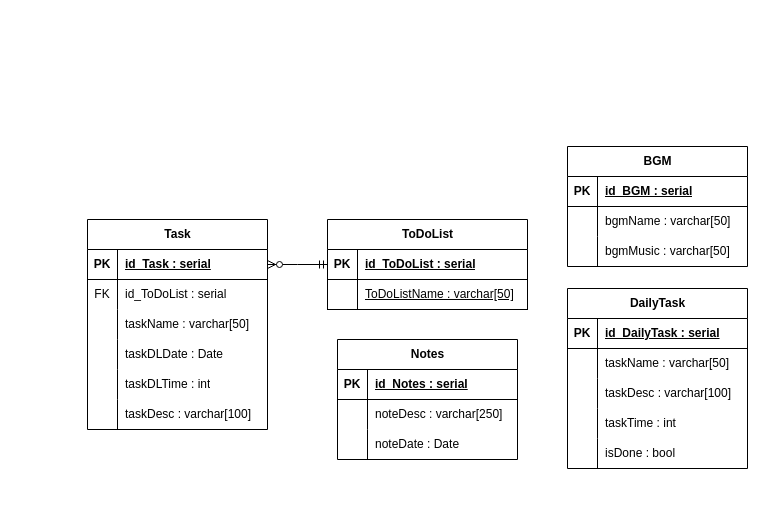
Above: page "Page-10" (10 of 11) of Molitio.drawio in jearsevan101/Molitio (draw.io), before the change. Source tidied: cells renumbered, new cells numbered last; positions are measured from the earlier drawing's top-left corner, leaving out a move shared by most shapes. Both pictures are drawn from the tidied source at 100%, with x=0, y=0 at pixel (87, 146).
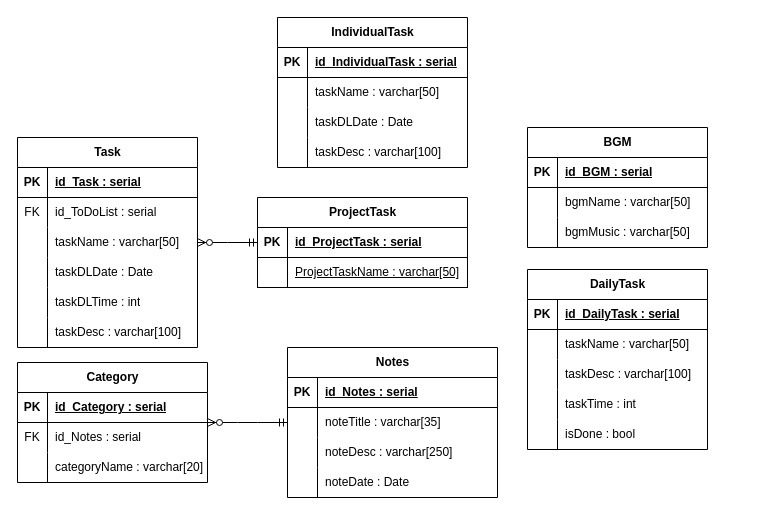
Above is the later version.

The change refers to these unchanged cells:
```xml
<mxCell id="30" style="shape=tableRow;horizontal=0;startSize=0;swimlaneHead=0;swimlaneBody=0;fillColor=none;points=[[0,0.5],[1,0.5]];portConstraint=eastwest;top=0;left=0;right=0;bottom=1;" parent="29" vertex="1">
  <mxGeometry y="30" width="180" height="30" as="geometry" />
</mxCell>
```

The edit, as a diff of the source:
```diff
@@
     <mxCell id="2" value="BGM" style="shape=table;startSize=30;childLayout=tableLayout;rowLines=0;fontStyle=1;align=center;html=1;" parent="1" vertex="1">
-      <mxGeometry x="480" width="180" height="120" as="geometry" />
+      <mxGeometry x="440" y="-19" width="180" height="120" as="geometry" />
     </mxCell>
@@
     <mxCell id="12" value="Notes" style="shape=table;startSize=30;childLayout=tableLayout;rowLines=0;fontStyle=1;align=center;html=1;" parent="1" vertex="1">
-      <mxGeometry x="250" y="193" width="180" height="120" as="geometry" />
+      <mxGeometry x="200" y="201" width="210" height="150" as="geometry" />
     </mxCell>
     <mxCell id="13" style="shape=tableRow;horizontal=0;startSize=0;swimlaneHead=0;swimlaneBody=0;fillColor=none;top=0;left=0;right=0;bottom=1;" parent="12" vertex="1">
-      <mxGeometry y="30" width="180" height="30" as="geometry" />
+      <mxGeometry y="30" width="210" height="30" as="geometry" />
     </mxCell>
@@
     <mxCell id="15" value="id_Notes : serial" style="shape=partialRectangle;fillColor=none;top=0;left=0;bottom=0;right=0;align=left;spacingLeft=6;fontStyle=5;overflow=hidden;whiteSpace=wrap;html=1;" parent="13" vertex="1">
-      <mxGeometry x="30" width="150" height="30" as="geometry" />
+      <mxGeometry x="30" width="180" height="30" as="geometry" />
     </mxCell>
-    <mxCell id="16" style="shape=tableRow;horizontal=0;startSize=0;swimlaneHead=0;swimlaneBody=0;fillColor=none;top=0;left=0;right=0;bottom=0;" parent="12" vertex="1">
-      <mxGeometry y="60" width="180" height="30" as="geometry" />
-    </mxCell>
-    <mxCell id="17" style="shape=partialRectangle;fillColor=none;top=0;left=0;bottom=0;right=0;overflow=hidden;whiteSpace=wrap;html=1;" parent="16" vertex="1">
-      <mxGeometry width="30" height="30" as="geometry" />
-    </mxCell>
+    <mxCell id="65" style="shape=tableRow;horizontal=0;startSize=0;swimlaneHead=0;swimlaneBody=0;fillColor=none;top=0;left=0;right=0;bottom=0;" parent="12" vertex="1">
+      <mxGeometry y="60" width="210" height="30" as="geometry" />
+    </mxCell>
+    <mxCell id="66" style="shape=partialRectangle;fillColor=none;top=0;left=0;bottom=0;right=0;overflow=hidden;whiteSpace=wrap;html=1;" parent="65" vertex="1">
+      <mxGeometry width="30" height="30" as="geometry" />
+    </mxCell>
+    <mxCell id="67" value="noteTitle : varchar[35]" style="shape=partialRectangle;fillColor=none;top=0;left=0;bottom=0;right=0;align=left;spacingLeft=6;overflow=hidden;whiteSpace=wrap;html=1;" parent="65" vertex="1">
+      <mxGeometry x="30" width="180" height="30" as="geometry" />
+    </mxCell>
+    <mxCell id="68" style="shape=tableRow;horizontal=0;startSize=0;swimlaneHead=0;swimlaneBody=0;fillColor=none;top=0;left=0;right=0;bottom=0;" parent="12" vertex="1">
+      <mxGeometry y="90" width="210" height="30" as="geometry" />
+    </mxCell>
+    <mxCell id="69" style="shape=partialRectangle;fillColor=none;top=0;left=0;bottom=0;right=0;overflow=hidden;whiteSpace=wrap;html=1;" parent="68" vertex="1">
+      <mxGeometry width="30" height="30" as="geometry" />
+    </mxCell>
-    <mxCell id="18" value="noteDesc : varchar[250]" style="shape=partialRectangle;fillColor=none;top=0;left=0;bottom=0;right=0;align=left;spacingLeft=6;overflow=hidden;whiteSpace=wrap;html=1;" parent="16" vertex="1">
-      <mxGeometry x="30" width="150" height="30" as="geometry" />
+    <mxCell id="18" value="noteDesc : varchar[250]" style="shape=partialRectangle;fillColor=none;top=0;left=0;bottom=0;right=0;align=left;spacingLeft=6;overflow=hidden;whiteSpace=wrap;html=1;" parent="68" vertex="1">
+      <mxGeometry x="30" width="180" height="30" as="geometry" />
     </mxCell>
     <mxCell id="19" style="shape=tableRow;horizontal=0;startSize=0;swimlaneHead=0;swimlaneBody=0;fillColor=none;top=0;left=0;right=0;bottom=0;" parent="12" vertex="1">
-      <mxGeometry y="90" width="180" height="30" as="geometry" />
+      <mxGeometry y="120" width="210" height="30" as="geometry" />
     </mxCell>
@@
     <mxCell id="21" value="noteDate : Date" style="shape=partialRectangle;fillColor=none;top=0;left=0;bottom=0;right=0;align=left;spacingLeft=6;overflow=hidden;whiteSpace=wrap;html=1;" parent="19" vertex="1">
-      <mxGeometry x="30" width="150" height="30" as="geometry" />
+      <mxGeometry x="30" width="180" height="30" as="geometry" />
     </mxCell>
-    <mxCell id="22" value="ToDoList" style="shape=table;startSize=30;childLayout=tableLayout;rowLines=0;fontStyle=1;align=center;html=1;" parent="1" vertex="1">
-      <mxGeometry x="240" y="73" width="200" height="90" as="geometry" />
+    <mxCell id="22" value="ProjectTask" style="shape=table;startSize=30;childLayout=tableLayout;rowLines=0;fontStyle=1;align=center;html=1;" parent="1" vertex="1">
+      <mxGeometry x="170" y="51" width="210" height="90" as="geometry" />
     </mxCell>
     <mxCell id="23" style="shape=tableRow;horizontal=0;startSize=0;swimlaneHead=0;swimlaneBody=0;fillColor=none;points=[[0,0.5],[1,0.5]];portConstraint=eastwest;top=0;left=0;right=0;bottom=1;" parent="22" vertex="1">
-      <mxGeometry y="30" width="200" height="30" as="geometry" />
+      <mxGeometry y="30" width="210" height="30" as="geometry" />
     </mxCell>
@@
-    <mxCell id="25" value="id_ToDoList : serial" style="shape=partialRectangle;fillColor=none;top=0;left=0;bottom=0;right=0;align=left;spacingLeft=6;fontStyle=5;overflow=hidden;whiteSpace=wrap;html=1;" parent="23" vertex="1">
-      <mxGeometry x="30" width="170" height="30" as="geometry" />
+    <mxCell id="25" value="id_ProjectTask : serial" style="shape=partialRectangle;fillColor=none;top=0;left=0;bottom=0;right=0;align=left;spacingLeft=6;fontStyle=5;overflow=hidden;whiteSpace=wrap;html=1;" parent="23" vertex="1">
+      <mxGeometry x="30" width="180" height="30" as="geometry" />
     </mxCell>
     <mxCell id="26" style="shape=tableRow;horizontal=0;startSize=0;swimlaneHead=0;swimlaneBody=0;fillColor=none;top=0;left=0;right=0;bottom=1;" parent="22" vertex="1">
-      <mxGeometry y="60" width="200" height="30" as="geometry" />
+      <mxGeometry y="60" width="210" height="30" as="geometry" />
     </mxCell>
@@
-    <mxCell id="28" value="&lt;span style=&quot;font-weight: normal;&quot;&gt;ToDoListName : varchar[50]&lt;/span&gt;" style="shape=partialRectangle;fillColor=none;top=0;left=0;bottom=0;right=0;align=left;spacingLeft=6;fontStyle=5;overflow=hidden;whiteSpace=wrap;html=1;" parent="26" vertex="1">
-      <mxGeometry x="30" width="170" height="30" as="geometry" />
+    <mxCell id="28" value="&lt;span style=&quot;font-weight: normal;&quot;&gt;ProjectTaskName : varchar[50]&lt;/span&gt;" style="shape=partialRectangle;fillColor=none;top=0;left=0;bottom=0;right=0;align=left;spacingLeft=6;fontStyle=5;overflow=hidden;whiteSpace=wrap;html=1;" parent="26" vertex="1">
+      <mxGeometry x="30" width="180" height="30" as="geometry" />
     </mxCell>
     <mxCell id="29" value="Task" style="shape=table;startSize=30;childLayout=tableLayout;rowLines=0;fontStyle=1;align=center;html=1;" parent="1" vertex="1">
-      <mxGeometry y="73" width="180" height="210" as="geometry" />
+      <mxGeometry x="-70" y="-9" width="180" height="210" as="geometry" />
     </mxCell>
@@
     <mxCell id="48" value="DailyTask" style="shape=table;startSize=30;childLayout=tableLayout;rowLines=0;fontStyle=1;align=center;html=1;" parent="1" vertex="1">
-      <mxGeometry x="480" y="142" width="180" height="180" as="geometry" />
+      <mxGeometry x="440" y="123" width="180" height="180" as="geometry" />
     </mxCell>
@@
-    <mxCell id="64" style="edgeStyle=entityRelationEdgeStyle;fontSize=12;html=1;endArrow=ERzeroToMany;startArrow=ERmandOne;rounded=0;" parent="1" edge="1" source="23" target="30">
+    <mxCell id="64" style="edgeStyle=entityRelationEdgeStyle;fontSize=12;html=1;endArrow=ERzeroToMany;startArrow=ERmandOne;rounded=0;" parent="1" edge="1" source="23" target="29">
       <mxGeometry relative="1" as="geometry" />
     </mxCell>
+    <mxCell id="70" value="IndividualTask" style="shape=table;startSize=30;childLayout=tableLayout;rowLines=0;fontStyle=1;align=center;html=1;" parent="1" vertex="1">
+      <mxGeometry x="190" y="-129" width="190" height="150" as="geometry" />
+    </mxCell>
+    <mxCell id="71" style="shape=tableRow;horizontal=0;startSize=0;swimlaneHead=0;swimlaneBody=0;fillColor=none;top=0;left=0;right=0;bottom=1;" parent="70" vertex="1">
+      <mxGeometry y="30" width="190" height="30" as="geometry" />
+    </mxCell>
+    <mxCell id="72" value="PK" style="shape=partialRectangle;fillColor=none;top=0;left=0;bottom=0;right=0;fontStyle=1;overflow=hidden;whiteSpace=wrap;html=1;" parent="71" vertex="1">
+      <mxGeometry width="30" height="30" as="geometry" />
+    </mxCell>
+    <mxCell id="73" value="id_IndividualTask : serial" style="shape=partialRectangle;fillColor=none;top=0;left=0;bottom=0;right=0;align=left;spacingLeft=6;fontStyle=5;overflow=hidden;whiteSpace=wrap;html=1;" parent="71" vertex="1">
+      <mxGeometry x="30" width="160" height="30" as="geometry" />
+    </mxCell>
+    <mxCell id="74" style="shape=tableRow;horizontal=0;startSize=0;swimlaneHead=0;swimlaneBody=0;fillColor=none;top=0;left=0;right=0;bottom=0;" parent="70" vertex="1">
+      <mxGeometry y="60" width="190" height="30" as="geometry" />
+    </mxCell>
+    <mxCell id="75" style="shape=partialRectangle;fillColor=none;top=0;left=0;bottom=0;right=0;overflow=hidden;whiteSpace=wrap;html=1;" parent="74" vertex="1">
+      <mxGeometry width="30" height="30" as="geometry" />
+    </mxCell>
+    <mxCell id="76" value="taskName : varchar[50]" style="shape=partialRectangle;fillColor=none;top=0;left=0;bottom=0;right=0;align=left;spacingLeft=6;overflow=hidden;whiteSpace=wrap;html=1;" parent="74" vertex="1">
+      <mxGeometry x="30" width="160" height="30" as="geometry" />
+    </mxCell>
+    <mxCell id="77" style="shape=tableRow;horizontal=0;startSize=0;swimlaneHead=0;swimlaneBody=0;fillColor=none;top=0;left=0;right=0;bottom=0;" parent="70" vertex="1">
+      <mxGeometry y="90" width="190" height="30" as="geometry" />
+    </mxCell>
+    <mxCell id="78" style="shape=partialRectangle;fillColor=none;top=0;left=0;bottom=0;right=0;overflow=hidden;whiteSpace=wrap;html=1;" parent="77" vertex="1">
+      <mxGeometry width="30" height="30" as="geometry" />
+    </mxCell>
+    <mxCell id="79" value="taskDLDate : Date" style="shape=partialRectangle;fillColor=none;top=0;left=0;bottom=0;right=0;align=left;spacingLeft=6;overflow=hidden;whiteSpace=wrap;html=1;" parent="77" vertex="1">
+      <mxGeometry x="30" width="160" height="30" as="geometry" />
+    </mxCell>
+    <mxCell id="80" style="shape=tableRow;horizontal=0;startSize=0;swimlaneHead=0;swimlaneBody=0;fillColor=none;top=0;left=0;right=0;bottom=0;" parent="70" vertex="1">
+      <mxGeometry y="120" width="190" height="30" as="geometry" />
+    </mxCell>
+    <mxCell id="81" style="shape=partialRectangle;fillColor=none;top=0;left=0;bottom=0;right=0;overflow=hidden;whiteSpace=wrap;html=1;" parent="80" vertex="1">
+      <mxGeometry width="30" height="30" as="geometry" />
+    </mxCell>
+    <mxCell id="82" value="taskDesc : varchar[100]" style="shape=partialRectangle;fillColor=none;top=0;left=0;bottom=0;right=0;align=left;spacingLeft=6;overflow=hidden;whiteSpace=wrap;html=1;" parent="80" vertex="1">
+      <mxGeometry x="30" width="160" height="30" as="geometry" />
+    </mxCell>
+    <mxCell id="83" value="Category" style="shape=table;startSize=30;childLayout=tableLayout;rowLines=0;fontStyle=1;align=center;html=1;" parent="1" vertex="1">
+      <mxGeometry x="-70" y="216" width="190" height="120" as="geometry" />
+    </mxCell>
+    <mxCell id="84" style="shape=tableRow;horizontal=0;startSize=0;swimlaneHead=0;swimlaneBody=0;fillColor=none;top=0;left=0;right=0;bottom=1;" parent="83" vertex="1">
+      <mxGeometry y="30" width="190" height="30" as="geometry" />
+    </mxCell>
+    <mxCell id="85" value="PK" style="shape=partialRectangle;fillColor=none;top=0;left=0;bottom=0;right=0;fontStyle=1;overflow=hidden;whiteSpace=wrap;html=1;" parent="84" vertex="1">
+      <mxGeometry width="30" height="30" as="geometry" />
+    </mxCell>
+    <mxCell id="86" value="id_Category : serial" style="shape=partialRectangle;fillColor=none;top=0;left=0;bottom=0;right=0;align=left;spacingLeft=6;fontStyle=5;overflow=hidden;whiteSpace=wrap;html=1;" parent="84" vertex="1">
+      <mxGeometry x="30" width="160" height="30" as="geometry" />
+    </mxCell>
+    <mxCell id="87" style="shape=tableRow;horizontal=0;startSize=0;swimlaneHead=0;swimlaneBody=0;fillColor=none;top=0;left=0;right=0;bottom=0;" parent="83" vertex="1">
+      <mxGeometry y="60" width="190" height="30" as="geometry" />
+    </mxCell>
+    <mxCell id="88" value="FK" style="shape=partialRectangle;fillColor=none;top=0;left=0;bottom=0;right=0;overflow=hidden;whiteSpace=wrap;html=1;" parent="87" vertex="1">
+      <mxGeometry width="30" height="30" as="geometry" />
+    </mxCell>
+    <mxCell id="89" value="id_Notes : serial" style="shape=partialRectangle;fillColor=none;top=0;left=0;bottom=0;right=0;align=left;spacingLeft=6;overflow=hidden;whiteSpace=wrap;html=1;" parent="87" vertex="1">
+      <mxGeometry x="30" width="160" height="30" as="geometry" />
+    </mxCell>
+    <mxCell id="90" style="shape=tableRow;horizontal=0;startSize=0;swimlaneHead=0;swimlaneBody=0;fillColor=none;top=0;left=0;right=0;bottom=0;" parent="83" vertex="1">
+      <mxGeometry y="90" width="190" height="30" as="geometry" />
+    </mxCell>
+    <mxCell id="91" style="shape=partialRectangle;fillColor=none;top=0;left=0;bottom=0;right=0;overflow=hidden;whiteSpace=wrap;html=1;" parent="90" vertex="1">
+      <mxGeometry width="30" height="30" as="geometry" />
+    </mxCell>
+    <mxCell id="92" value="categoryName : varchar[20]&amp;nbsp;" style="shape=partialRectangle;fillColor=none;top=0;left=0;bottom=0;right=0;align=left;spacingLeft=6;overflow=hidden;whiteSpace=wrap;html=1;" parent="90" vertex="1">
+      <mxGeometry x="30" width="160" height="30" as="geometry" />
+    </mxCell>
+    <mxCell id="93" style="edgeStyle=entityRelationEdgeStyle;fontSize=12;html=1;endArrow=ERzeroToMany;startArrow=ERmandOne;rounded=0;" parent="1" edge="1" source="12" target="83">
+      <mxGeometry relative="1" as="geometry" />
+    </mxCell>
```
